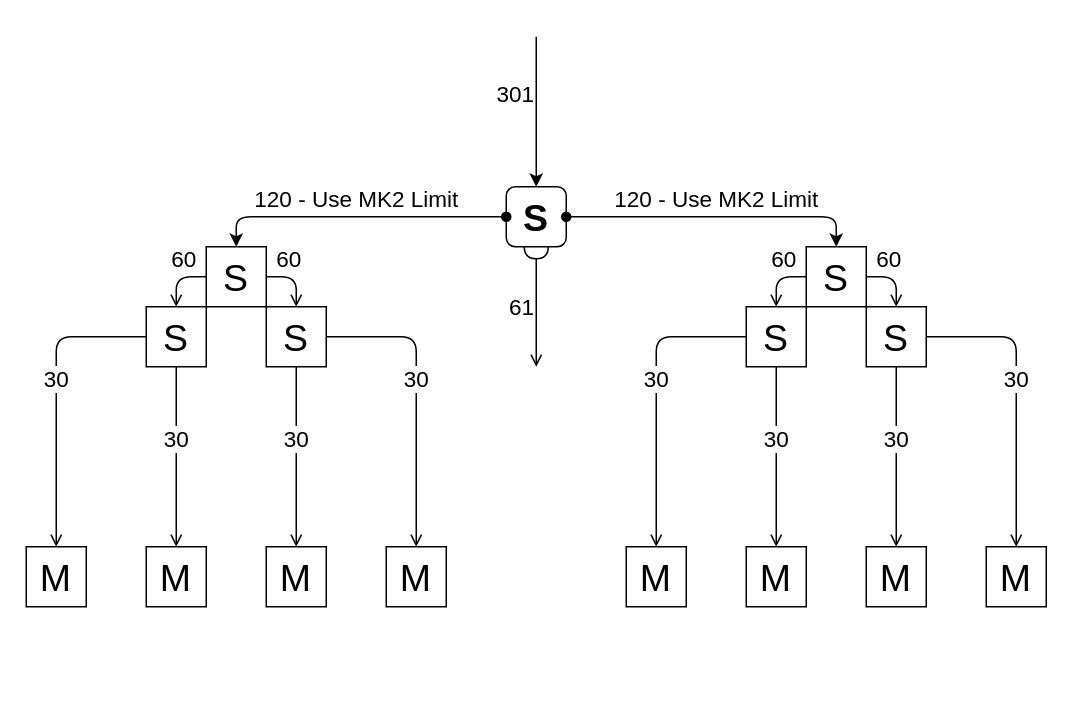
AstroFloof/balancer-fun keeps this draw.io diagram as 5->43.drawio.xml. Above is the earlier version. Source tidied: cells renumbered, new cells numbered last; positions are measured from the earlier drawing's top-left corner, leaving out a move shared by most shapes. Both pictures are drawn from the tidied source at 150%, with x=0, y=0 at pixel (26, 36).
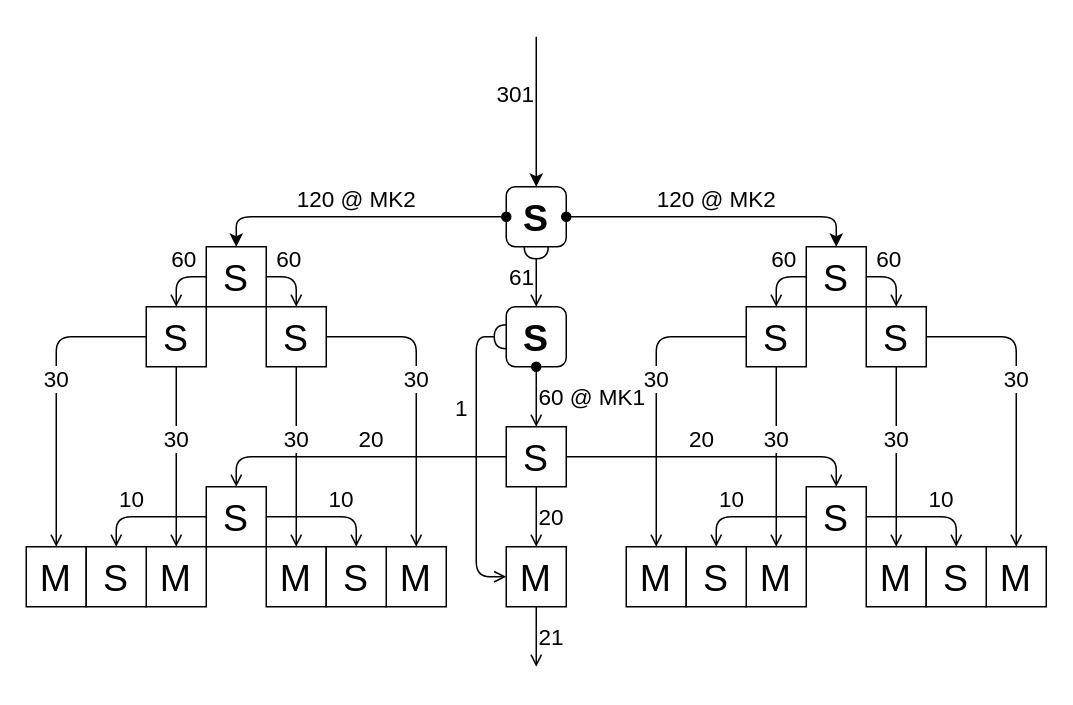
After the change.

The change refers to these unchanged cells:
```xml
<mxCell id="3" value="&lt;font style=&quot;font-size: 25px&quot;&gt;S&lt;/font&gt;" style="whiteSpace=wrap;html=1;glass=0;shadow=0;rounded=1;fontStyle=1;comic=0;" parent="1" vertex="1">
  <mxGeometry x="320" y="100" width="40" height="40" as="geometry" />
</mxCell>
<mxCell id="8" value="&lt;font style=&quot;font-size: 25px&quot;&gt;S&lt;/font&gt;" style="whiteSpace=wrap;html=1;comic=0;" parent="1" vertex="1">
  <mxGeometry x="520" y="140" width="40" height="40" as="geometry" />
</mxCell>
<mxCell id="23" value="&lt;font style=&quot;font-size: 25px&quot;&gt;S&lt;/font&gt;" style="whiteSpace=wrap;html=1;comic=0;" parent="1" vertex="1">
  <mxGeometry x="120" y="140" width="40" height="40" as="geometry" />
</mxCell>
<mxCell id="31" value="&lt;font style=&quot;font-size: 25px&quot;&gt;M&lt;br&gt;&lt;/font&gt;" style="whiteSpace=wrap;html=1;comic=0;" parent="1" vertex="1">
  <mxGeometry x="80" y="340" width="40" height="40" as="geometry" />
</mxCell>
```

The edit, as a diff of the source:
```diff
@@
-    <mxCell id="4" value="120 - Use MK2 Limit" style="edgeStyle=orthogonalEdgeStyle;rounded=1;jettySize=auto;html=1;entryX=0.5;entryY=0;entryDx=0;entryDy=0;fontSize=15;align=center;verticalAlign=bottom;startArrow=oval;startFill=1;comic=0;" parent="1" edge="1" source="3" target="23">
+    <mxCell id="4" value="120 @ MK2" style="edgeStyle=orthogonalEdgeStyle;rounded=1;jettySize=auto;html=1;entryX=0.5;entryY=0;entryDx=0;entryDy=0;fontSize=15;align=center;verticalAlign=bottom;startArrow=oval;startFill=1;comic=0;" parent="1" edge="1" source="3" target="23">
       <mxGeometry relative="1" as="geometry" />
     </mxCell>
@@
-    <mxCell id="9" value="61" style="edgeStyle=orthogonalEdgeStyle;rounded=0;sketch=0;jettySize=auto;html=1;shadow=0;fontSize=15;startArrow=halfCircle;startFill=0;endArrow=open;endFill=0;strokeColor=default;align=right;verticalAlign=middle;comic=0;" parent="1" edge="1" source="3">
-      <mxGeometry relative="1" as="geometry">
-        <mxPoint x="340" y="220" as="targetPoint" />
-      </mxGeometry>
+    <mxCell id="9" value="61" style="edgeStyle=orthogonalEdgeStyle;rounded=0;sketch=0;jettySize=auto;html=1;shadow=0;fontSize=15;startArrow=halfCircle;startFill=0;endArrow=open;endFill=0;strokeColor=default;align=right;verticalAlign=middle;comic=0;entryX=0.5;entryY=0;entryDx=0;entryDy=0;" parent="1" edge="1" source="3" target="34">
+      <mxGeometry relative="1" as="geometry" />
     </mxCell>
-    <mxCell id="10" value="120 - Use MK2 Limit" style="jettySize=auto;html=1;fontSize=15;align=center;verticalAlign=bottom;entryX=0.5;entryY=0;entryDx=0;entryDy=0;startArrow=oval;startFill=1;strokeColor=default;shadow=0;sketch=0;edgeStyle=orthogonalEdgeStyle;rounded=1;comic=0;" parent="1" edge="1" source="3" target="8">
+    <mxCell id="10" value="120 @&amp;nbsp;MK2" style="jettySize=auto;html=1;fontSize=15;align=center;verticalAlign=bottom;entryX=0.5;entryY=0;entryDx=0;entryDy=0;startArrow=oval;startFill=1;strokeColor=default;shadow=0;sketch=0;edgeStyle=orthogonalEdgeStyle;rounded=1;comic=0;" parent="1" edge="1" source="3" target="8">
       <mxGeometry relative="1" as="geometry" />
     </mxCell>
@@
+    <mxCell id="33" value="1" style="edgeStyle=orthogonalEdgeStyle;rounded=1;comic=0;sketch=0;jettySize=auto;html=1;shadow=0;fontSize=15;startArrow=halfCircle;startFill=0;endArrow=open;endFill=0;strokeColor=default;align=center;verticalAlign=middle;entryX=0;entryY=0.5;entryDx=0;entryDy=0;entryPerimeter=0;" parent="1" edge="1" source="34" target="52">
+      <mxGeometry x="-0.33" y="-10" relative="1" as="geometry">
+        <Array as="points">
+          <mxPoint x="300" y="200" />
+          <mxPoint x="300" y="360" />
+        </Array>
+      </mxGeometry>
+    </mxCell>
+    <mxCell id="34" value="&lt;font style=&quot;font-size: 25px&quot;&gt;S&lt;/font&gt;" style="whiteSpace=wrap;html=1;comic=0;fontStyle=1;rounded=1;" parent="1" vertex="1">
+      <mxGeometry x="320" y="180" width="40" height="40" as="geometry" />
+    </mxCell>
+    <mxCell id="35" value="20" style="edgeStyle=orthogonalEdgeStyle;rounded=1;comic=0;sketch=0;jettySize=auto;html=1;shadow=0;fontSize=15;startArrow=none;startFill=0;endArrow=open;endFill=0;strokeColor=default;align=left;verticalAlign=bottom;entryX=0.5;entryY=0;entryDx=0;entryDy=0;" parent="1" edge="1" source="38" target="42">
+      <mxGeometry relative="1" as="geometry" />
+    </mxCell>
+    <mxCell id="36" value="20" style="edgeStyle=orthogonalEdgeStyle;rounded=1;comic=0;sketch=0;jettySize=auto;html=1;entryX=0.5;entryY=0;entryDx=0;entryDy=0;shadow=0;fontSize=15;startArrow=none;startFill=0;endArrow=open;endFill=0;strokeColor=default;align=right;verticalAlign=bottom;" parent="1" edge="1" source="38" target="50">
+      <mxGeometry relative="1" as="geometry" />
+    </mxCell>
+    <mxCell id="37" value="20" style="edgeStyle=orthogonalEdgeStyle;rounded=1;comic=0;sketch=0;jettySize=auto;html=1;shadow=0;fontSize=15;startArrow=none;startFill=0;endArrow=open;endFill=0;strokeColor=default;align=left;verticalAlign=middle;" parent="1" edge="1" source="38">
+      <mxGeometry relative="1" as="geometry">
+        <mxPoint x="340" y="340" as="targetPoint" />
+      </mxGeometry>
+    </mxCell>
+    <mxCell id="38" value="&lt;font style=&quot;font-size: 25px&quot;&gt;S&lt;/font&gt;" style="whiteSpace=wrap;html=1;comic=0;" parent="1" vertex="1">
+      <mxGeometry x="320" y="260" width="40" height="40" as="geometry" />
+    </mxCell>
+    <mxCell id="39" value="60 @ MK1" style="edgeStyle=orthogonalEdgeStyle;rounded=1;comic=0;sketch=0;jettySize=auto;html=1;entryX=0.5;entryY=0;entryDx=0;entryDy=0;shadow=0;fontSize=15;startArrow=oval;startFill=1;endArrow=open;endFill=0;strokeColor=default;align=left;verticalAlign=middle;" parent="1" edge="1" source="34" target="38">
+      <mxGeometry relative="1" as="geometry" />
+    </mxCell>
+    <mxCell id="40" value="10" style="edgeStyle=orthogonalEdgeStyle;rounded=1;comic=0;sketch=0;jettySize=auto;html=1;entryX=0.5;entryY=0;entryDx=0;entryDy=0;shadow=0;fontSize=15;startArrow=none;startFill=0;endArrow=open;endFill=0;strokeColor=default;align=left;verticalAlign=bottom;" parent="1" edge="1" source="42" target="43">
+      <mxGeometry relative="1" as="geometry" />
+    </mxCell>
+    <mxCell id="41" value="10" style="edgeStyle=orthogonalEdgeStyle;rounded=1;comic=0;sketch=0;jettySize=auto;html=1;entryX=0.5;entryY=0;entryDx=0;entryDy=0;shadow=0;fontSize=15;startArrow=none;startFill=0;endArrow=open;endFill=0;strokeColor=default;align=right;verticalAlign=bottom;" parent="1" edge="1" source="42" target="45">
+      <mxGeometry relative="1" as="geometry" />
+    </mxCell>
+    <mxCell id="42" value="&lt;font style=&quot;font-size: 25px&quot;&gt;S&lt;/font&gt;" style="whiteSpace=wrap;html=1;comic=0;" parent="1" vertex="1">
+      <mxGeometry x="120" y="300" width="40" height="40" as="geometry" />
+    </mxCell>
+    <mxCell id="43" value="&lt;font style=&quot;font-size: 25px&quot;&gt;S&lt;/font&gt;" style="whiteSpace=wrap;html=1;comic=0;" parent="1" vertex="1">
+      <mxGeometry x="200" y="340" width="40" height="40" as="geometry" />
+    </mxCell>
+    <mxCell id="44" style="edgeStyle=orthogonalEdgeStyle;rounded=1;comic=0;sketch=0;jettySize=auto;html=1;entryX=0;entryY=0.5;entryDx=0;entryDy=0;shadow=0;fontSize=15;startArrow=none;startFill=0;endArrow=open;endFill=0;strokeColor=default;align=center;verticalAlign=top;" parent="1" edge="1" source="45" target="31">
+      <mxGeometry relative="1" as="geometry">
+        <Array as="points">
+          <mxPoint x="80" y="360" />
+          <mxPoint x="80" y="360" />
+        </Array>
+      </mxGeometry>
+    </mxCell>
+    <mxCell id="45" value="&lt;font style=&quot;font-size: 25px&quot;&gt;S&lt;/font&gt;" style="whiteSpace=wrap;html=1;comic=0;" parent="1" vertex="1">
+      <mxGeometry x="40" y="340" width="40" height="40" as="geometry" />
+    </mxCell>
+    <mxCell id="46" value="10" style="edgeStyle=orthogonalEdgeStyle;rounded=1;comic=0;sketch=0;jettySize=auto;html=1;entryX=0.5;entryY=0;entryDx=0;entryDy=0;shadow=0;fontSize=15;startArrow=none;startFill=0;endArrow=open;endFill=0;strokeColor=default;align=right;verticalAlign=bottom;" parent="1" edge="1" source="50" target="47">
+      <mxGeometry relative="1" as="geometry" />
+    </mxCell>
+    <mxCell id="47" value="&lt;font style=&quot;font-size: 25px&quot;&gt;S&lt;/font&gt;" style="whiteSpace=wrap;html=1;comic=0;" parent="1" vertex="1">
+      <mxGeometry x="440" y="340" width="40" height="40" as="geometry" />
+    </mxCell>
+    <mxCell id="48" value="&lt;font style=&quot;font-size: 25px&quot;&gt;S&lt;/font&gt;" style="whiteSpace=wrap;html=1;comic=0;" parent="1" vertex="1">
+      <mxGeometry x="600" y="340" width="40" height="40" as="geometry" />
+    </mxCell>
+    <mxCell id="49" value="10" style="edgeStyle=orthogonalEdgeStyle;rounded=1;comic=0;sketch=0;jettySize=auto;html=1;entryX=0.5;entryY=0;entryDx=0;entryDy=0;shadow=0;fontSize=15;startArrow=none;startFill=0;endArrow=open;endFill=0;strokeColor=default;align=left;verticalAlign=bottom;" parent="1" edge="1" source="50" target="48">
+      <mxGeometry relative="1" as="geometry" />
+    </mxCell>
+    <mxCell id="50" value="&lt;font style=&quot;font-size: 25px&quot;&gt;S&lt;/font&gt;" style="whiteSpace=wrap;html=1;comic=0;" parent="1" vertex="1">
+      <mxGeometry x="520" y="300" width="40" height="40" as="geometry" />
+    </mxCell>
+    <mxCell id="51" value="21" style="edgeStyle=orthogonalEdgeStyle;rounded=1;comic=0;sketch=0;jettySize=auto;html=1;shadow=0;fontSize=15;startArrow=none;startFill=0;endArrow=open;endFill=0;strokeColor=default;align=left;verticalAlign=middle;" parent="1" edge="1" source="52">
+      <mxGeometry relative="1" as="geometry">
+        <mxPoint x="340" y="420" as="targetPoint" />
+      </mxGeometry>
+    </mxCell>
+    <mxCell id="52" value="&lt;font style=&quot;font-size: 25px&quot;&gt;M&lt;br&gt;&lt;/font&gt;" style="whiteSpace=wrap;html=1;comic=0;" parent="1" vertex="1">
+      <mxGeometry x="320" y="340" width="40" height="40" as="geometry" />
+    </mxCell>
```
